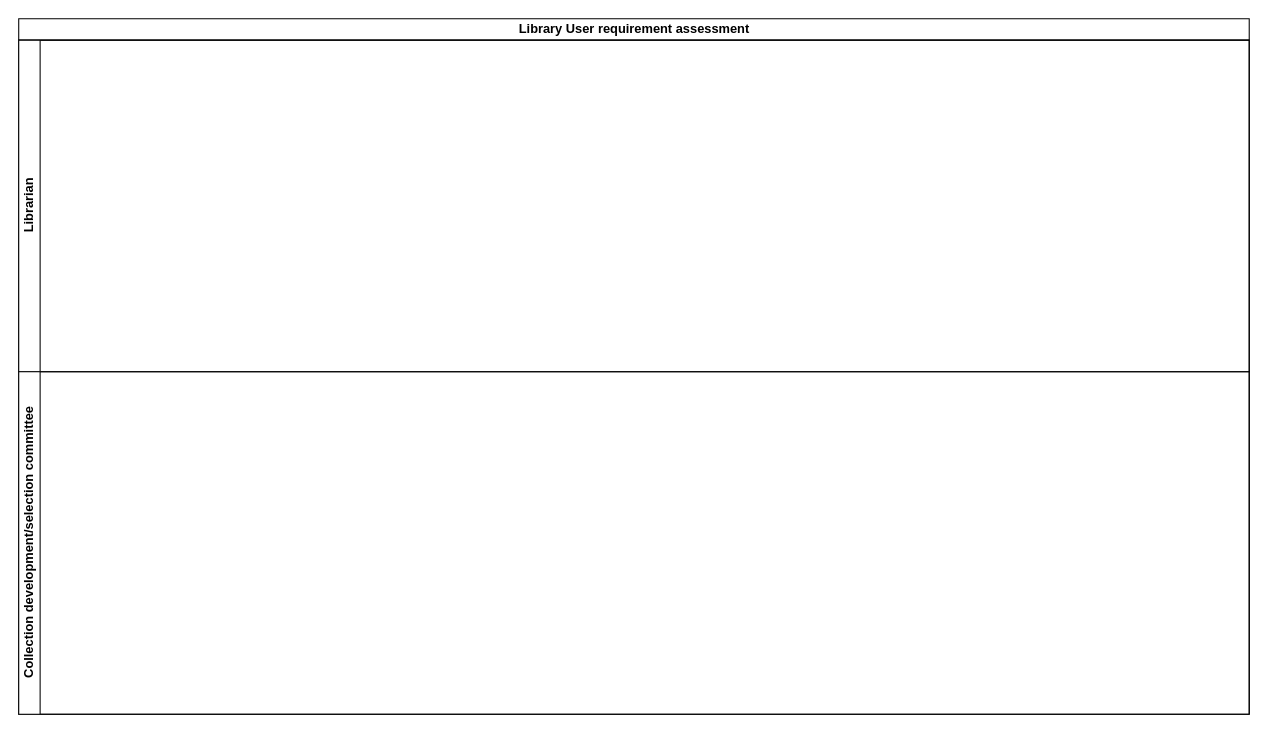
This is Library - Library User requirement assessment.drawio from kmagua/flowcharts, a draw.io file, before an edit. Source tidied: cells renumbered, new cells numbered last; positions are measured from the earlier drawing's top-left corner, leaving out a move shared by most shapes. Both pictures are drawn from the tidied source at 107%, with x=0, y=0 at pixel (18, 18).
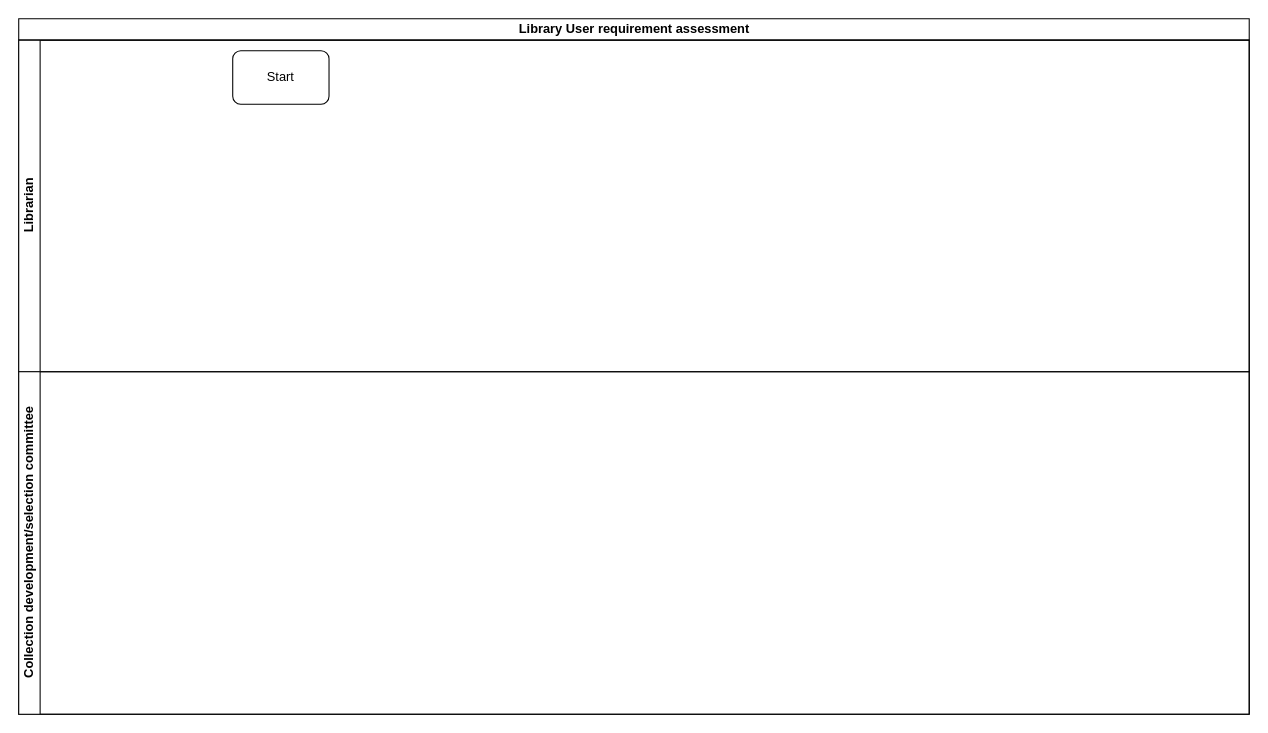
Above is the later version.

What changed in the source:
```diff
@@
 <mxGraphModel>
   <root>
     <mxCell id="0" />
     <mxCell id="1" parent="0" />
     <mxCell id="2" value="Library User requirement assessment" style="swimlane;html=1;horizontal=1;startSize=20;" parent="1" vertex="1">
       <mxGeometry width="1150" height="650" as="geometry" />
     </mxCell>
     <mxCell id="3" value="Librarian" style="swimlane;html=1;startSize=20;horizontal=0;" parent="2" vertex="1">
       <mxGeometry y="20" width="1150" height="310" as="geometry" />
     </mxCell>
+    <mxCell id="5" value="Start" style="rounded=1;whiteSpace=wrap;html=1;" parent="3" vertex="1">
+      <mxGeometry x="200" y="10" width="90" height="50" as="geometry" />
+    </mxCell>
     <mxCell id="4" value="Collection development/selection committee" style="swimlane;html=1;startSize=20;horizontal=0;" parent="2" vertex="1">
       <mxGeometry y="330" width="1150" height="320" as="geometry" />
     </mxCell>
   </root>
 </mxGraphModel>
```
